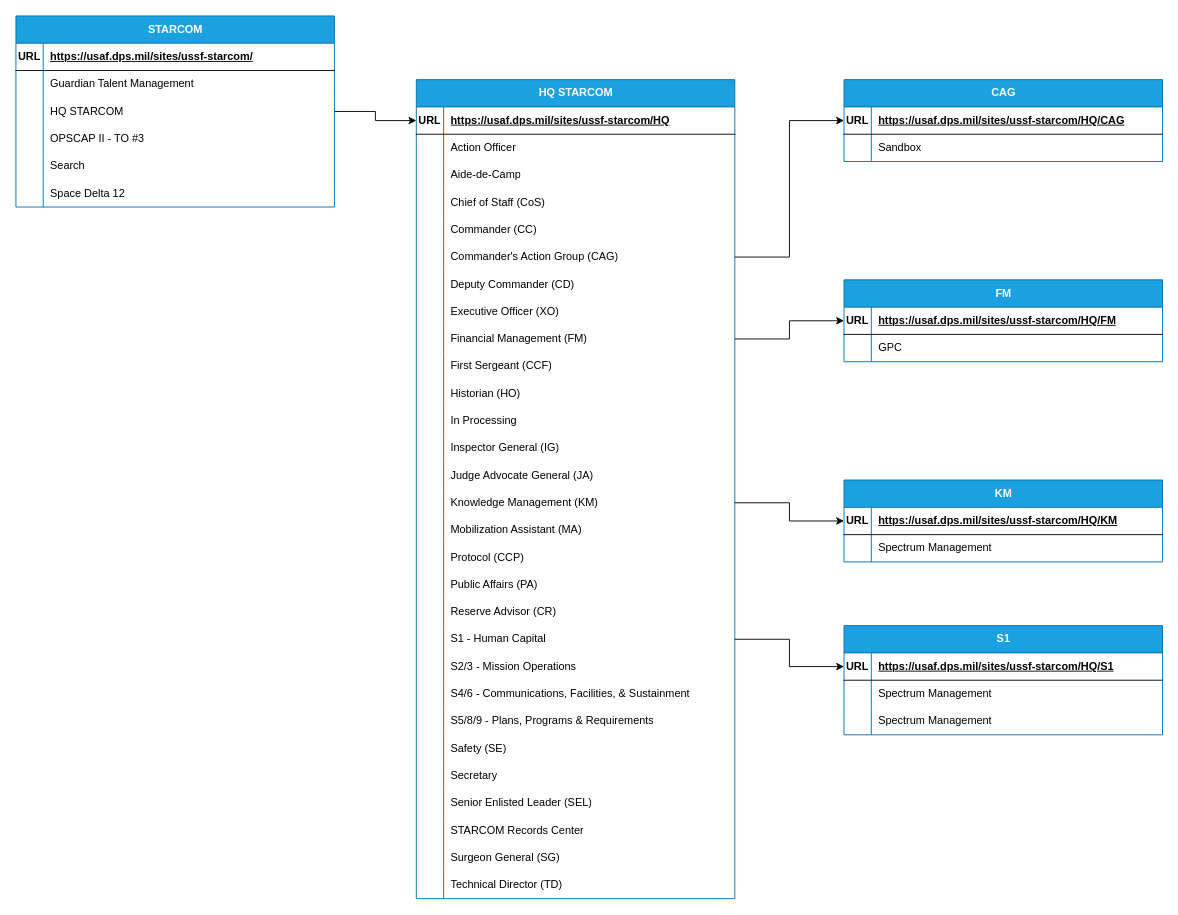
TeaganGilbert/demo-repo keeps this draw.io diagram as Untitled Diagram.drawio. Above is the earlier version. Source tidied: cells renumbered, new cells numbered last; positions are measured from the earlier drawing's top-left corner, leaving out a move shared by most shapes. Both pictures are drawn from the tidied source at 91%, with x=0, y=0 at pixel (15, 15).
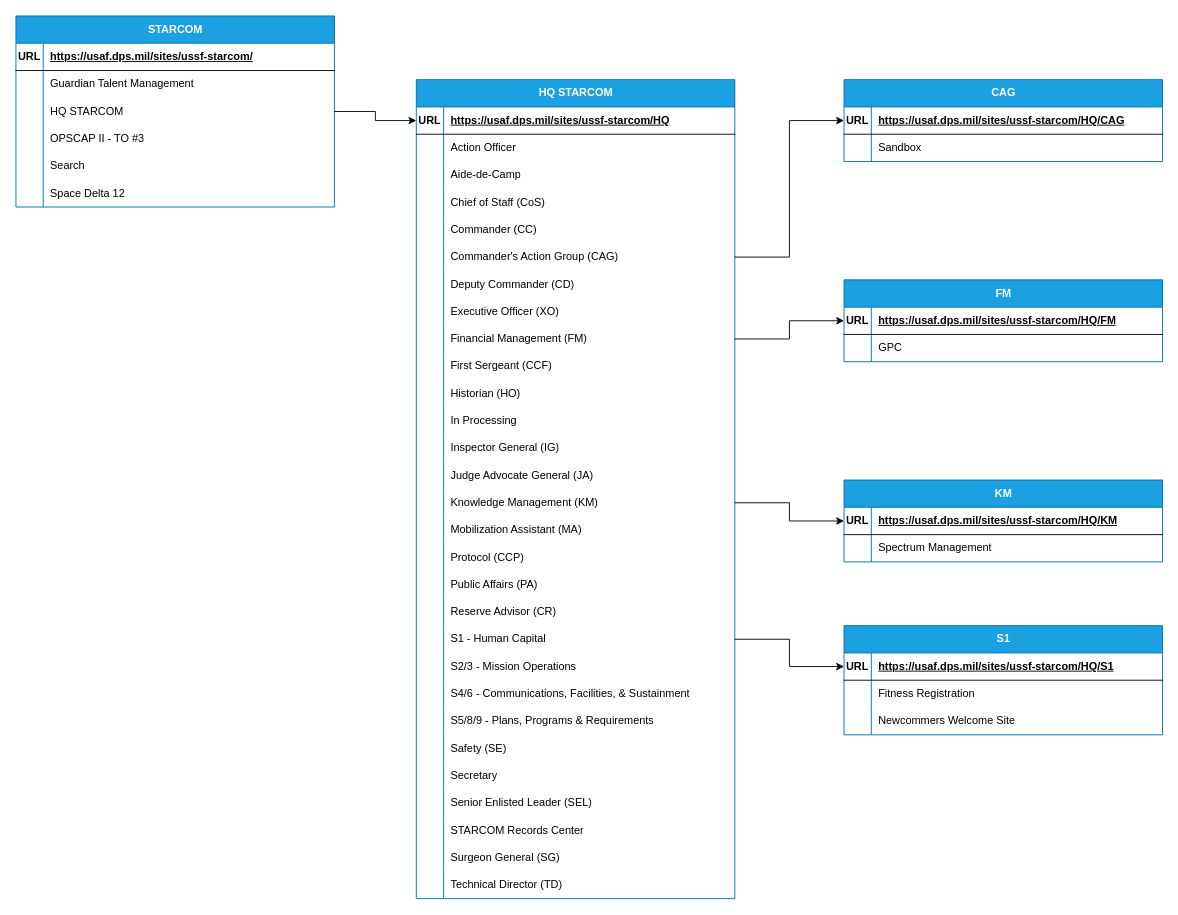
After the change.

Unchanged cells that the change refers to:
```xml
<mxCell id="138" style="shape=tableRow;horizontal=0;startSize=0;swimlaneHead=0;swimlaneBody=0;fillColor=none;top=0;left=0;right=0;bottom=0;" parent="134" vertex="1">
  <mxGeometry y="60" width="350" height="30" as="geometry" />
</mxCell>
<mxCell id="141" style="shape=tableRow;horizontal=0;startSize=0;swimlaneHead=0;swimlaneBody=0;fillColor=none;top=0;left=0;right=0;bottom=0;" parent="134" vertex="1">
  <mxGeometry y="90" width="350" height="30" as="geometry" />
</mxCell>
```

Change to the diagram source:
```diff
@@
-    <mxCell id="140" value="Spectrum Management" style="shape=partialRectangle;fillColor=none;top=0;left=0;bottom=0;right=0;align=left;spacingLeft=6;overflow=hidden;whiteSpace=wrap;html=1;" parent="138" vertex="1">
+    <mxCell id="140" value="Fitness Registration" style="shape=partialRectangle;fillColor=none;top=0;left=0;bottom=0;right=0;align=left;spacingLeft=6;overflow=hidden;whiteSpace=wrap;html=1;" parent="138" vertex="1">
       <mxGeometry x="30" width="320" height="30" as="geometry" />
     </mxCell>
@@
-    <mxCell id="143" value="Spectrum Management" style="shape=partialRectangle;fillColor=none;top=0;left=0;bottom=0;right=0;align=left;spacingLeft=6;overflow=hidden;whiteSpace=wrap;html=1;" parent="141" vertex="1">
+    <mxCell id="143" value="Newcommers Welcome Site" style="shape=partialRectangle;fillColor=none;top=0;left=0;bottom=0;right=0;align=left;spacingLeft=6;overflow=hidden;whiteSpace=wrap;html=1;" parent="141" vertex="1">
       <mxGeometry x="30" width="320" height="30" as="geometry" />
     </mxCell>
```
